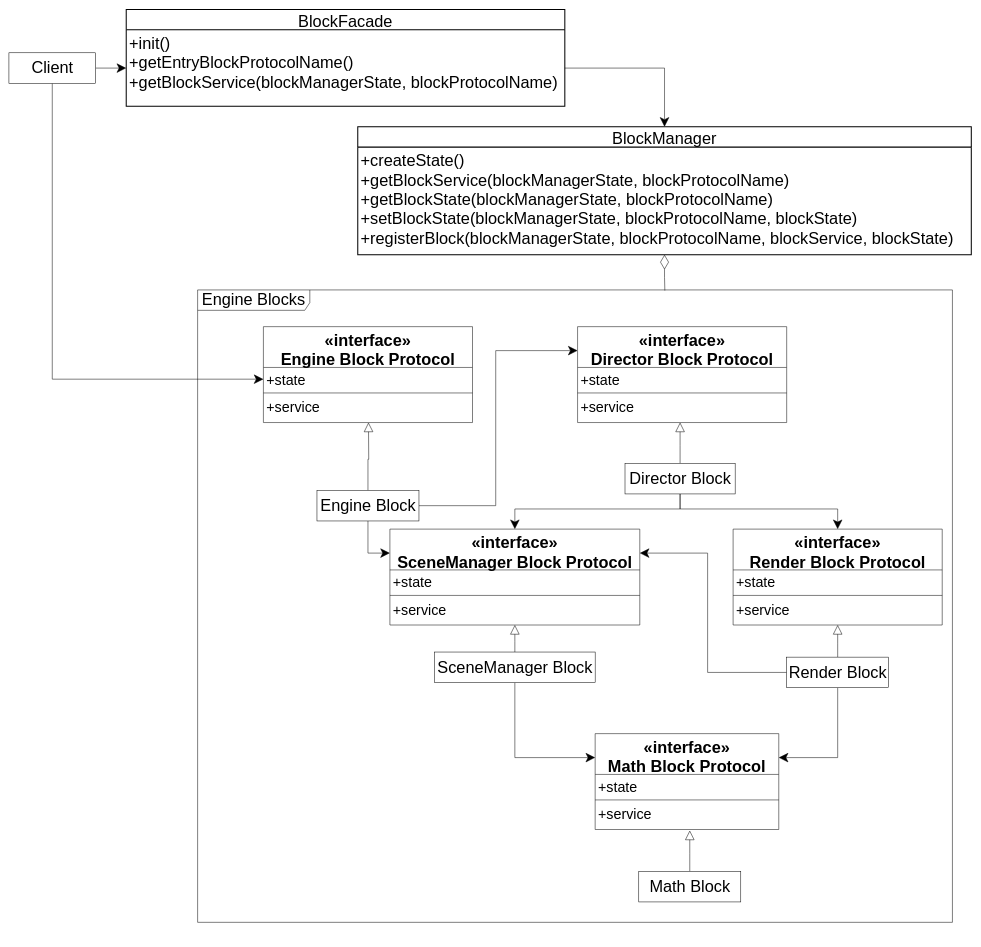
Earlier version of the draw.io diagram packages/积木模式/story_improve/UML.drawio (yyc-git/3DProgramPattern). Source tidied: cells renumbered, new cells numbered last; positions are measured from the earlier drawing's top-left corner, leaving out a move shared by most shapes. Both pictures are drawn from the tidied source at 51%, with x=0, y=0 at pixel (9, 9).
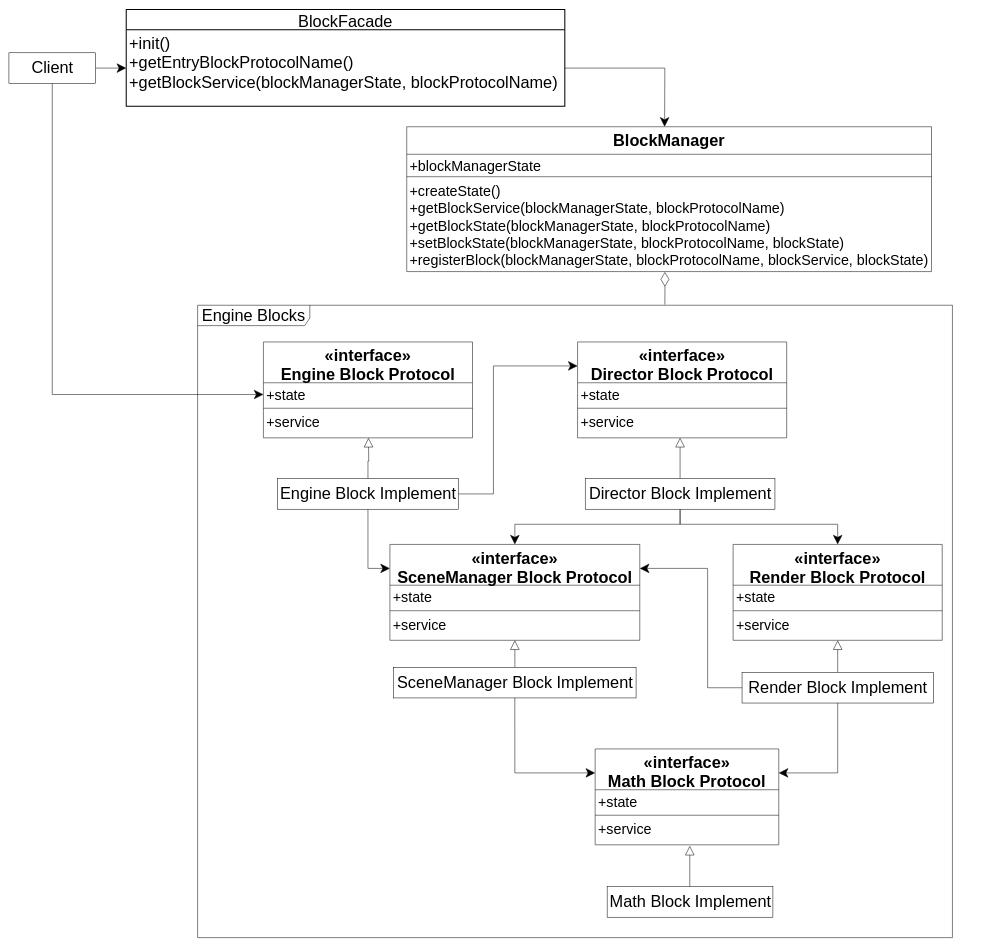
After the change.

The change refers to these unchanged cells:
```xml
<mxCell id="27" value="+init()&#10;+getEntryBlockProtocolName()&#10;+getBlockService(blockManagerState, blockProtocolName)&#10;" style="align=left;strokeColor=none;fillColor=none;spacingLeft=4;fontSize=32;verticalAlign=top;" parent="26" vertex="1">
  <mxGeometry y="40" width="860" height="150" as="geometry" />
</mxCell>
```

Change to the diagram source:
```diff
@@
     <mxCell id="2" value="&lt;font style=&quot;font-size: 32px&quot;&gt;Engine Blocks&lt;/font&gt;" style="shape=umlFrame;whiteSpace=wrap;html=1;width=220;height=40;fontSize=32;" parent="1" vertex="1">
-      <mxGeometry x="370" y="550" width="1480" height="1240" as="geometry" />
+      <mxGeometry x="370" y="580" width="1480" height="1240" as="geometry" />
     </mxCell>
@@
     <mxCell id="6" style="edgeStyle=orthogonalEdgeStyle;rounded=0;jettySize=auto;html=1;entryX=0.5;entryY=1;entryDx=0;entryDy=0;endArrow=block;endFill=0;endSize=16;startSize=16;" parent="1" edge="1" source="9">
       <mxGeometry relative="1" as="geometry">
-        <mxPoint x="705" y="810" as="targetPoint" />
+        <mxPoint x="705" y="840" as="targetPoint" />
       </mxGeometry>
     </mxCell>
     <mxCell id="7" style="edgeStyle=orthogonalEdgeStyle;rounded=0;jettySize=auto;html=1;entryX=0;entryY=0.25;entryDx=0;entryDy=0;fontSize=32;endArrow=classic;endFill=1;endSize=16;startSize=16;" parent="1" edge="1" source="9" target="33">
-      <mxGeometry relative="1" as="geometry" />
+      <mxGeometry relative="1" as="geometry">
+        <Array as="points">
+          <mxPoint x="950" y="950" />
+          <mxPoint x="950" y="699" />
+        </Array>
+      </mxGeometry>
     </mxCell>
@@
-    <mxCell id="9" value="Engine Block" style="html=1;fontSize=32;" parent="1" vertex="1">
-      <mxGeometry x="604" y="943" width="200" height="60" as="geometry" />
+    <mxCell id="9" value="Engine Block Implement" style="html=1;fontSize=32;" parent="1" vertex="1">
+      <mxGeometry x="527" y="920" width="354" height="60" as="geometry" />
     </mxCell>
-    <mxCell id="10" value="BlockManager" style="swimlane;horizontal=1;startSize=40;rounded=0;fontSize=32;fontStyle=0;strokeWidth=2;shadow=0;dashed=0;align=center;" parent="1" vertex="1">
-      <mxGeometry x="684" y="230" width="1203" height="251" as="geometry" />
-    </mxCell>
-    <mxCell id="11" value="+createState()&#10;+getBlockService(blockManagerState, blockProtocolName)&#10;+getBlockState(blockManagerState, blockProtocolName)&#10;+setBlockState(blockManagerState, blockProtocolName, blockState)&#10;+registerBlock(blockManagerState, blockProtocolName, blockService, blockState)" style="align=left;strokeColor=none;fillColor=none;spacingLeft=4;fontSize=32;verticalAlign=top;" parent="10" vertex="1">
-      <mxGeometry y="40" width="1203" height="211" as="geometry" />
-    </mxCell>
     <mxCell id="12" style="edgeStyle=orthogonalEdgeStyle;rounded=0;jettySize=auto;html=1;entryX=0.5;entryY=1;entryDx=0;entryDy=0;fontSize=32;endArrow=block;endFill=0;endSize=16;startSize=16;" parent="1" edge="1" source="15">
       <mxGeometry relative="1" as="geometry">
-        <mxPoint x="1316" y="810" as="targetPoint" />
+        <mxPoint x="1316" y="840" as="targetPoint" />
       </mxGeometry>
     </mxCell>
@@
-    <mxCell id="15" value="Director Block" style="html=1;fontSize=32;" parent="1" vertex="1">
-      <mxGeometry x="1208" y="890" width="216" height="60" as="geometry" />
+    <mxCell id="15" value="Director Block&amp;nbsp;Implement" style="html=1;fontSize=32;" parent="1" vertex="1">
+      <mxGeometry x="1130" y="920" width="372" height="60" as="geometry" />
     </mxCell>
     <mxCell id="16" style="edgeStyle=orthogonalEdgeStyle;rounded=0;jettySize=auto;html=1;entryX=0.5;entryY=1;entryDx=0;entryDy=0;fontSize=32;endArrow=block;endFill=0;endSize=16;startSize=16;" parent="1" edge="1" source="18">
       <mxGeometry relative="1" as="geometry">
-        <mxPoint x="992" y="1207" as="targetPoint" />
+        <mxPoint x="992" y="1237" as="targetPoint" />
       </mxGeometry>
     </mxCell>
@@
-    <mxCell id="18" value="SceneManager Block" style="html=1;fontSize=32;" parent="1" vertex="1">
-      <mxGeometry x="834.5" y="1260" width="315" height="60" as="geometry" />
+    <mxCell id="18" value="SceneManager Block&amp;nbsp;Implement" style="html=1;fontSize=32;" parent="1" vertex="1">
+      <mxGeometry x="754.2" y="1290" width="475.5" height="60" as="geometry" />
     </mxCell>
     <mxCell id="19" style="edgeStyle=orthogonalEdgeStyle;rounded=0;jettySize=auto;html=1;entryX=0.5;entryY=1;entryDx=0;entryDy=0;fontSize=32;endArrow=block;endFill=0;endSize=16;startSize=16;" parent="1" edge="1" source="22">
       <mxGeometry relative="1" as="geometry">
-        <mxPoint x="1625" y="1207" as="targetPoint" />
+        <mxPoint x="1625" y="1237" as="targetPoint" />
       </mxGeometry>
     </mxCell>
     <mxCell id="20" style="edgeStyle=orthogonalEdgeStyle;rounded=0;jettySize=auto;html=1;entryX=1;entryY=0.25;entryDx=0;entryDy=0;fontSize=32;endArrow=classic;endFill=1;endSize=16;startSize=16;" parent="1" edge="1" source="22" target="37">
       <mxGeometry relative="1" as="geometry">
         <Array as="points">
-          <mxPoint x="1370" y="1300" />
-          <mxPoint x="1370" y="1066" />
+          <mxPoint x="1370" y="1330" />
+          <mxPoint x="1370" y="1096" />
         </Array>
       </mxGeometry>
     </mxCell>
@@
-    <mxCell id="22" value="Render Block" style="html=1;fontSize=32;" parent="1" vertex="1">
-      <mxGeometry x="1525" y="1270" width="200" height="60" as="geometry" />
+    <mxCell id="22" value="Render Block&amp;nbsp;Implement" style="html=1;fontSize=32;" parent="1" vertex="1">
+      <mxGeometry x="1437.5" y="1300" width="375" height="60" as="geometry" />
     </mxCell>
     <mxCell id="23" style="edgeStyle=orthogonalEdgeStyle;rounded=0;jettySize=auto;html=1;fontSize=32;endArrow=block;endFill=0;endSize=16;startSize=16;" parent="1" edge="1" source="24">
       <mxGeometry relative="1" as="geometry">
-        <mxPoint x="1335" y="1610" as="targetPoint" />
+        <mxPoint x="1335" y="1640" as="targetPoint" />
       </mxGeometry>
     </mxCell>
-    <mxCell id="24" value="Math Block" style="html=1;fontSize=32;" parent="1" vertex="1">
-      <mxGeometry x="1235" y="1690" width="200" height="60" as="geometry" />
+    <mxCell id="24" value="Math Block&amp;nbsp;Implement" style="html=1;fontSize=32;" parent="1" vertex="1">
+      <mxGeometry x="1173" y="1720" width="325" height="60" as="geometry" />
     </mxCell>
-    <mxCell id="25" style="edgeStyle=orthogonalEdgeStyle;rounded=0;jettySize=auto;html=1;exitX=1;exitY=0.5;exitDx=0;exitDy=0;endSize=16;startSize=16;" parent="1" edge="1" source="27" target="10">
-      <mxGeometry relative="1" as="geometry" />
+    <mxCell id="25" style="edgeStyle=orthogonalEdgeStyle;rounded=0;jettySize=auto;html=1;exitX=1;exitY=0.5;exitDx=0;exitDy=0;endSize=16;startSize=16;" parent="1" edge="1" source="27">
+      <mxGeometry relative="1" as="geometry">
+        <mxPoint x="1285.6" y="230" as="targetPoint" />
+      </mxGeometry>
     </mxCell>
@@
-    <mxCell id="28" style="edgeStyle=orthogonalEdgeStyle;rounded=0;jettySize=auto;html=1;endSize=26;startSize=26;endArrow=none;endFill=0;startArrow=diamondThin;startFill=0;exitX=0.5;exitY=1;exitDx=0;exitDy=0;entryX=0.619;entryY=0.001;entryDx=0;entryDy=0;entryPerimeter=0;" parent="1" edge="1" source="11" target="2">
+    <mxCell id="28" style="edgeStyle=orthogonalEdgeStyle;rounded=0;jettySize=auto;html=1;endSize=26;startSize=26;endArrow=none;endFill=0;startArrow=diamondThin;startFill=0;exitX=0.492;exitY=1.004;exitDx=0;exitDy=0;exitPerimeter=0;entryX=0.619;entryY=-0.001;entryDx=0;entryDy=0;entryPerimeter=0;" parent="1" edge="1" source="11" target="2">
       <mxGeometry relative="1" as="geometry" />
     </mxCell>
     <mxCell id="29" value="«interface»&#10;Engine Block Protocol" style="swimlane;fontStyle=1;align=center;verticalAlign=top;horizontal=1;startSize=80;fontSize=32;" parent="1" vertex="1">
-      <mxGeometry x="499" y="622" width="410" height="188" as="geometry" />
+      <mxGeometry x="499" y="652" width="410" height="188" as="geometry" />
     </mxCell>
@@
     <mxCell id="33" value="«interface»&#10;Director Block Protocol" style="swimlane;fontStyle=1;align=center;verticalAlign=top;horizontal=1;startSize=80;fontSize=32;" parent="1" vertex="1">
-      <mxGeometry x="1115" y="622" width="410" height="188" as="geometry" />
+      <mxGeometry x="1115" y="652" width="410" height="188" as="geometry" />
     </mxCell>
@@
     <mxCell id="37" value="«interface»&#10;SceneManager Block Protocol" style="swimlane;fontStyle=1;align=center;verticalAlign=top;horizontal=1;startSize=80;fontSize=32;" parent="1" vertex="1">
-      <mxGeometry x="747" y="1019" width="490" height="188" as="geometry" />
+      <mxGeometry x="747" y="1049" width="490" height="188" as="geometry" />
     </mxCell>
@@
     <mxCell id="41" value="«interface»&#10;Render Block Protocol" style="swimlane;fontStyle=1;align=center;verticalAlign=top;horizontal=1;startSize=80;fontSize=32;" parent="1" vertex="1">
-      <mxGeometry x="1420" y="1019" width="410" height="188" as="geometry" />
+      <mxGeometry x="1420" y="1049" width="410" height="188" as="geometry" />
     </mxCell>
@@
     <mxCell id="45" value="«interface»&#10;Math Block Protocol" style="swimlane;fontStyle=1;align=center;verticalAlign=top;horizontal=1;startSize=80;fontSize=32;" parent="1" vertex="1">
-      <mxGeometry x="1149.5" y="1420" width="360" height="188" as="geometry" />
+      <mxGeometry x="1149.5" y="1450" width="360" height="188" as="geometry" />
     </mxCell>
@@
+    <mxCell id="10" value="BlockManager" style="swimlane;fontStyle=1;align=center;verticalAlign=top;horizontal=1;startSize=54;fontSize=32;" parent="1" vertex="1">
+      <mxGeometry x="780" y="230" width="1029" height="284" as="geometry" />
+    </mxCell>
+    <mxCell id="49" value="+blockManagerState" style="text;strokeColor=none;fillColor=none;align=left;verticalAlign=top;spacingLeft=4;spacingRight=4;overflow=hidden;fontSize=28;" parent="10" vertex="1">
+      <mxGeometry y="54" width="1029" height="40" as="geometry" />
+    </mxCell>
+    <mxCell id="50" style="line;strokeWidth=1;fillColor=none;align=left;verticalAlign=middle;spacingTop=-1;spacingLeft=3;spacingRight=3;labelPosition=right;" parent="10" vertex="1">
+      <mxGeometry y="94" width="1029" height="8" as="geometry" />
+    </mxCell>
+    <mxCell id="11" value="+createState()&#10;+getBlockService(blockManagerState, blockProtocolName)&#10;+getBlockState(blockManagerState, blockProtocolName)&#10;+setBlockState(blockManagerState, blockProtocolName, blockState)&#10;+registerBlock(blockManagerState, blockProtocolName, blockService, blockState)" style="text;strokeColor=none;fillColor=none;align=left;verticalAlign=top;spacingLeft=4;spacingRight=4;overflow=hidden;points=[[0,0.5],[1,0.5]];portConstraint=eastwest;fontSize=28;" parent="10" vertex="1">
+      <mxGeometry y="102" width="1029" height="182" as="geometry" />
+    </mxCell>
```
